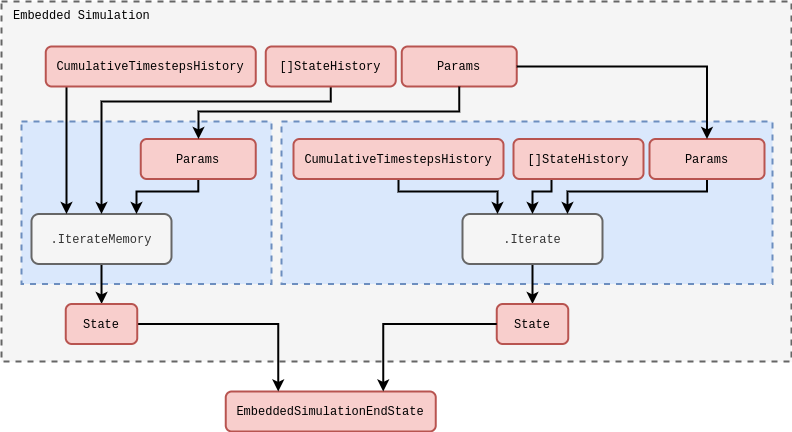
umbralcalc/umbralcalc.github.io keeps this draw.io diagram as assets/stochadexIII/stochadexIII-embedded-simulations.drawio.png. Above is the earlier version. Source tidied: cells renumbered, new cells last; positions are measured from the earlier drawing's top-left corner, leaving out a move shared by most shapes.
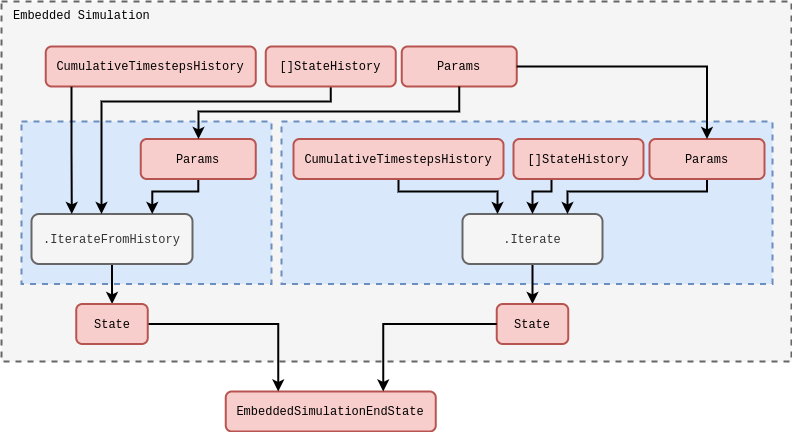
The same diagram one commit later.

What changed in the source:
```diff
@@ -14,8 +14,8 @@
     <mxCell id="5" style="edgeStyle=orthogonalEdgeStyle;rounded=0;jettySize=auto;html=1;strokeWidth=2;" parent="1" edge="1" source="6" target="10">
       <mxGeometry relative="1" as="geometry" />
     </mxCell>
-    <mxCell id="6" value="&lt;font face=&quot;Courier New&quot;&gt;.Iterate&lt;/font&gt;&lt;span style=&quot;font-family: &amp;quot;Courier New&amp;quot;;&quot;&gt;Memory&lt;/span&gt;" style="rounded=1;whiteSpace=wrap;html=1;strokeWidth=2;fillColor=#f5f5f5;fontColor=#333333;strokeColor=#666666;" parent="1" vertex="1">
-      <mxGeometry x="30" y="212.5" width="140" height="50" as="geometry" />
+    <mxCell id="6" value="&lt;font face=&quot;Courier New&quot;&gt;.IterateFromHistory&lt;/font&gt;" style="rounded=1;whiteSpace=wrap;html=1;strokeWidth=2;fillColor=#f5f5f5;fontColor=#333333;strokeColor=#666666;" parent="1" vertex="1">
+      <mxGeometry x="30" y="212.5" width="161" height="50" as="geometry" />
     </mxCell>
     <mxCell id="7" value="&lt;font face=&quot;Courier New&quot;&gt;EmbeddedSimulationEndState&lt;/font&gt;" style="rounded=1;whiteSpace=wrap;html=1;strokeWidth=2;fillColor=#f8cecc;strokeColor=#b85450;" parent="1" vertex="1">
       <mxGeometry x="224.2" y="390" width="210" height="40" as="geometry" />
@@ -27,7 +27,7 @@
       <mxGeometry relative="1" as="geometry" />
     </mxCell>
     <mxCell id="10" value="&lt;font face=&quot;Courier New&quot;&gt;State&lt;/font&gt;" style="rounded=1;whiteSpace=wrap;html=1;strokeWidth=2;fillColor=#f8cecc;strokeColor=#b85450;" parent="1" vertex="1">
-      <mxGeometry x="64.2" y="302.5" width="71.5" height="40" as="geometry" />
+      <mxGeometry x="74.8" y="302.5" width="71.5" height="40" as="geometry" />
     </mxCell>
     <mxCell id="11" style="edgeStyle=orthogonalEdgeStyle;rounded=0;jettySize=auto;html=1;strokeWidth=2;" parent="1" edge="1" source="12" target="6">
       <mxGeometry relative="1" as="geometry">
@@ -40,14 +40,6 @@
     <mxCell id="12" value="&lt;font face=&quot;Courier New&quot;&gt;[]StateHistory&lt;/font&gt;" style="rounded=1;whiteSpace=wrap;html=1;strokeWidth=2;fillColor=#f8cecc;strokeColor=#b85450;" parent="1" vertex="1">
       <mxGeometry x="264.2" y="45" width="130" height="40" as="geometry" />
     </mxCell>
-    <mxCell id="13" style="edgeStyle=orthogonalEdgeStyle;rounded=0;jettySize=auto;html=1;entryX=0.25;entryY=0;entryDx=0;entryDy=0;strokeWidth=2;" parent="1" edge="1" source="14" target="6">
-      <mxGeometry relative="1" as="geometry">
-        <Array as="points">
-          <mxPoint x="65" y="130" />
-          <mxPoint x="65" y="130" />
-        </Array>
-      </mxGeometry>
-    </mxCell>
     <mxCell id="14" value="&lt;font face=&quot;Courier New&quot;&gt;CumulativeTimestepsHistory&lt;/font&gt;" style="rounded=1;whiteSpace=wrap;html=1;strokeWidth=2;fillColor=#f8cecc;strokeColor=#b85450;" parent="1" vertex="1">
       <mxGeometry x="44.2" y="45" width="210" height="40" as="geometry" />
     </mxCell>
@@ -102,7 +94,7 @@
       <mxGeometry relative="1" as="geometry">
         <Array as="points">
           <mxPoint x="197" y="190" />
-          <mxPoint x="135" y="190" />
+          <mxPoint x="151" y="190" />
         </Array>
       </mxGeometry>
     </mxCell>
@@ -123,5 +115,8 @@
     <mxCell id="29" style="edgeStyle=orthogonalEdgeStyle;rounded=0;jettySize=auto;html=1;entryX=0.75;entryY=0;entryDx=0;entryDy=0;strokeWidth=2;" parent="1" edge="1" source="18" target="7">
       <mxGeometry relative="1" as="geometry" />
     </mxCell>
+    <mxCell id="13" style="edgeStyle=orthogonalEdgeStyle;rounded=0;jettySize=auto;html=1;strokeWidth=2;entryX=0.25;entryY=0;entryDx=0;entryDy=0;exitX=0.123;exitY=1.005;exitDx=0;exitDy=0;exitPerimeter=0;" parent="1" edge="1" source="14" target="6">
+      <mxGeometry relative="1" as="geometry" />
+    </mxCell>
   </root>
 </mxGraphModel>
```
